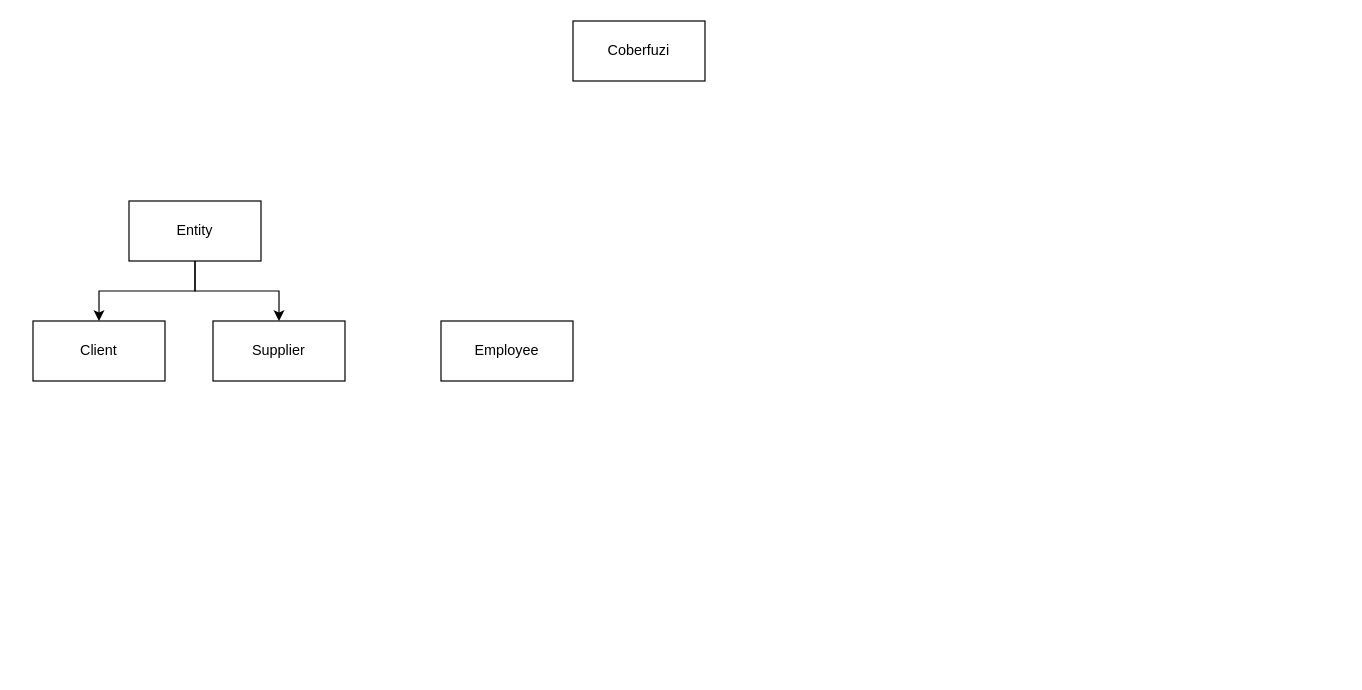
Nickhsu11/CoberfuziFileManager keeps this draw.io diagram as page "Domain Model" (1 of 2) of CoberfuziFileManager.drawio. Above is the earlier version. Source tidied: cells renumbered, new cells numbered last; positions are measured from the earlier drawing's top-left corner, leaving out a move shared by most shapes. Both pictures are drawn from the tidied source at 120%, with x=0, y=0 at pixel (32, 20).
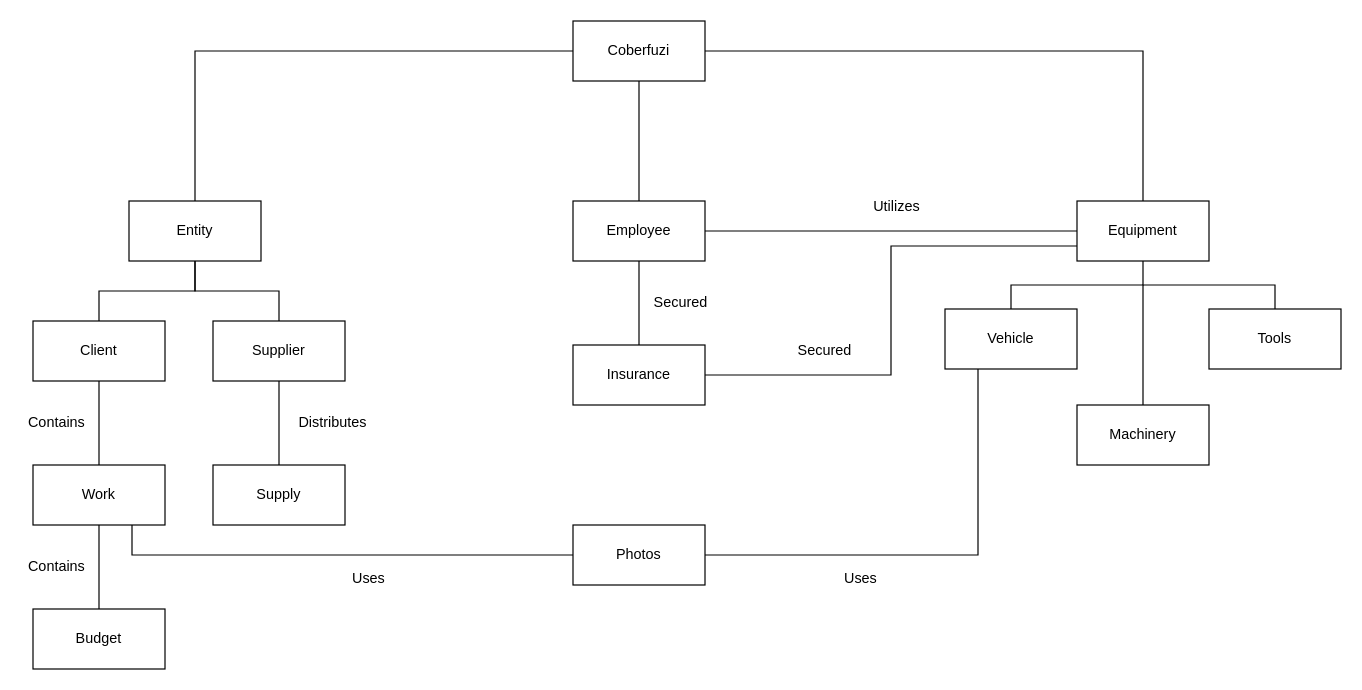
The same page after the edit.

The change refers to these unchanged cells:
```xml
<mxCell id="2" value="Coberfuzi" style="html=1;whiteSpace=wrap;" parent="1" vertex="1">
  <mxGeometry x="450" width="110" height="50" as="geometry" />
</mxCell>
<mxCell id="5" value="&lt;div&gt;Entity&lt;/div&gt;" style="html=1;whiteSpace=wrap;" parent="1" vertex="1">
  <mxGeometry x="80" y="150" width="110" height="50" as="geometry" />
</mxCell>
<mxCell id="6" value="&lt;div&gt;Supplier&lt;/div&gt;" style="html=1;whiteSpace=wrap;" parent="1" vertex="1">
  <mxGeometry x="150" y="250" width="110" height="50" as="geometry" />
</mxCell>
<mxCell id="8" value="Client" style="html=1;whiteSpace=wrap;" parent="1" vertex="1">
  <mxGeometry y="250" width="110" height="50" as="geometry" />
</mxCell>
```

The edit, as a diff of the source:
```diff
@@
+    <mxCell id="10" style="edgeStyle=orthogonalEdgeStyle;rounded=0;jettySize=auto;html=1;exitX=0;exitY=0.5;exitDx=0;exitDy=0;entryX=0.5;entryY=0;entryDx=0;entryDy=0;endArrow=none;endFill=0;" parent="1" edge="1" source="2" target="5">
+      <mxGeometry relative="1" as="geometry" />
+    </mxCell>
+    <mxCell id="11" style="edgeStyle=orthogonalEdgeStyle;rounded=0;jettySize=auto;html=1;exitX=0.5;exitY=1;exitDx=0;exitDy=0;entryX=0.5;entryY=0;entryDx=0;entryDy=0;endArrow=none;endFill=0;" parent="1" edge="1" source="2" target="9">
+      <mxGeometry relative="1" as="geometry" />
+    </mxCell>
+    <mxCell id="12" style="edgeStyle=orthogonalEdgeStyle;rounded=0;jettySize=auto;html=1;exitX=1;exitY=0.5;exitDx=0;exitDy=0;entryX=0.5;entryY=0;entryDx=0;entryDy=0;endArrow=none;endFill=0;" parent="1" edge="1" source="2" target="19">
+      <mxGeometry relative="1" as="geometry" />
+    </mxCell>
@@
-    <mxCell id="3" style="edgeStyle=orthogonalEdgeStyle;rounded=0;jettySize=auto;html=1;exitX=0.5;exitY=1;exitDx=0;exitDy=0;entryX=0.5;entryY=0;entryDx=0;entryDy=0;" parent="1" edge="1" source="5" target="6">
+    <mxCell id="3" style="edgeStyle=orthogonalEdgeStyle;rounded=0;jettySize=auto;html=1;exitX=0.5;exitY=1;exitDx=0;exitDy=0;entryX=0.5;entryY=0;entryDx=0;entryDy=0;endArrow=none;endFill=0;" parent="1" edge="1" source="5" target="6">
       <mxGeometry relative="1" as="geometry" />
     </mxCell>
-    <mxCell id="4" style="edgeStyle=orthogonalEdgeStyle;rounded=0;jettySize=auto;html=1;exitX=0.5;exitY=1;exitDx=0;exitDy=0;entryX=0.5;entryY=0;entryDx=0;entryDy=0;" parent="1" edge="1" source="5" target="8">
+    <mxCell id="4" style="edgeStyle=orthogonalEdgeStyle;rounded=0;jettySize=auto;html=1;exitX=0.5;exitY=1;exitDx=0;exitDy=0;entryX=0.5;entryY=0;entryDx=0;entryDy=0;endArrow=none;endFill=0;" parent="1" edge="1" source="5" target="8">
       <mxGeometry relative="1" as="geometry" />
     </mxCell>
@@
+    <mxCell id="13" style="edgeStyle=orthogonalEdgeStyle;rounded=0;jettySize=auto;html=1;exitX=0.5;exitY=1;exitDx=0;exitDy=0;entryX=0.5;entryY=0;entryDx=0;entryDy=0;endArrow=none;endFill=0;" parent="1" edge="1" source="6" target="26">
+      <mxGeometry relative="1" as="geometry" />
+    </mxCell>
@@
+    <mxCell id="14" style="edgeStyle=orthogonalEdgeStyle;rounded=0;jettySize=auto;html=1;exitX=0.5;exitY=1;exitDx=0;exitDy=0;entryX=0.5;entryY=0;entryDx=0;entryDy=0;endArrow=none;endFill=0;" parent="1" edge="1" source="8" target="24">
+      <mxGeometry relative="1" as="geometry" />
+    </mxCell>
@@
+    <mxCell id="15" style="edgeStyle=orthogonalEdgeStyle;rounded=0;jettySize=auto;html=1;exitX=0.5;exitY=1;exitDx=0;exitDy=0;entryX=0.5;entryY=0;entryDx=0;entryDy=0;endArrow=none;endFill=0;" parent="1" edge="1" source="9" target="28">
+      <mxGeometry relative="1" as="geometry" />
+    </mxCell>
+    <mxCell id="16" style="edgeStyle=orthogonalEdgeStyle;rounded=0;jettySize=auto;html=1;exitX=1;exitY=0.5;exitDx=0;exitDy=0;entryX=0;entryY=0.5;entryDx=0;entryDy=0;endArrow=none;endFill=0;" parent="1" edge="1" source="9" target="19">
+      <mxGeometry relative="1" as="geometry" />
+    </mxCell>
     <mxCell id="9" value="Employee" style="html=1;whiteSpace=wrap;" parent="1" vertex="1">
-      <mxGeometry x="340" y="250" width="110" height="50" as="geometry" />
+      <mxGeometry x="450" y="150" width="110" height="50" as="geometry" />
     </mxCell>
+    <mxCell id="17" style="edgeStyle=orthogonalEdgeStyle;rounded=0;jettySize=auto;html=1;exitX=0.5;exitY=1;exitDx=0;exitDy=0;entryX=0.5;entryY=0;entryDx=0;entryDy=0;endArrow=none;endFill=0;" parent="1" edge="1" source="19" target="20">
+      <mxGeometry relative="1" as="geometry" />
+    </mxCell>
+    <mxCell id="18" style="edgeStyle=orthogonalEdgeStyle;rounded=0;jettySize=auto;html=1;exitX=0.5;exitY=0;exitDx=0;exitDy=0;entryX=0.5;entryY=0;entryDx=0;entryDy=0;endArrow=none;endFill=0;" parent="1" edge="1" source="21" target="22">
+      <mxGeometry relative="1" as="geometry" />
+    </mxCell>
+    <mxCell id="19" value="&lt;div&gt;Equipment&lt;/div&gt;" style="html=1;whiteSpace=wrap;" parent="1" vertex="1">
+      <mxGeometry x="870" y="150" width="110" height="50" as="geometry" />
+    </mxCell>
+    <mxCell id="20" value="Vehicle" style="html=1;whiteSpace=wrap;" parent="1" vertex="1">
+      <mxGeometry x="760" y="240" width="110" height="50" as="geometry" />
+    </mxCell>
+    <mxCell id="21" value="Machinery" style="html=1;whiteSpace=wrap;" parent="1" vertex="1">
+      <mxGeometry x="870" y="320" width="110" height="50" as="geometry" />
+    </mxCell>
+    <mxCell id="22" value="Tools" style="html=1;whiteSpace=wrap;" parent="1" vertex="1">
+      <mxGeometry x="980" y="240" width="110" height="50" as="geometry" />
+    </mxCell>
+    <mxCell id="23" style="edgeStyle=orthogonalEdgeStyle;rounded=0;jettySize=auto;html=1;exitX=0.5;exitY=1;exitDx=0;exitDy=0;entryX=0.5;entryY=0;entryDx=0;entryDy=0;endArrow=none;endFill=0;" parent="1" edge="1" source="24" target="25">
+      <mxGeometry relative="1" as="geometry" />
+    </mxCell>
+    <mxCell id="24" value="&lt;div&gt;Work&lt;/div&gt;" style="html=1;whiteSpace=wrap;" parent="1" vertex="1">
+      <mxGeometry y="370" width="110" height="50" as="geometry" />
+    </mxCell>
+    <mxCell id="25" value="&lt;div&gt;Budget&lt;/div&gt;" style="html=1;whiteSpace=wrap;" parent="1" vertex="1">
+      <mxGeometry y="490" width="110" height="50" as="geometry" />
+    </mxCell>
+    <mxCell id="26" value="Supply" style="html=1;whiteSpace=wrap;" parent="1" vertex="1">
+      <mxGeometry x="150" y="370" width="110" height="50" as="geometry" />
+    </mxCell>
+    <mxCell id="27" style="edgeStyle=orthogonalEdgeStyle;rounded=0;jettySize=auto;html=1;exitX=1;exitY=0.5;exitDx=0;exitDy=0;entryX=0;entryY=0.75;entryDx=0;entryDy=0;endArrow=none;endFill=0;" parent="1" edge="1" source="28" target="19">
+      <mxGeometry relative="1" as="geometry" />
+    </mxCell>
+    <mxCell id="28" value="Insurance" style="html=1;whiteSpace=wrap;" parent="1" vertex="1">
+      <mxGeometry x="450" y="270" width="110" height="50" as="geometry" />
+    </mxCell>
+    <mxCell id="29" style="edgeStyle=orthogonalEdgeStyle;rounded=0;jettySize=auto;html=1;exitX=0;exitY=0.5;exitDx=0;exitDy=0;entryX=0.75;entryY=1;entryDx=0;entryDy=0;endArrow=none;endFill=0;" parent="1" edge="1" source="31" target="24">
+      <mxGeometry relative="1" as="geometry" />
+    </mxCell>
+    <mxCell id="30" style="edgeStyle=orthogonalEdgeStyle;rounded=0;jettySize=auto;html=1;exitX=1;exitY=0.5;exitDx=0;exitDy=0;entryX=0.25;entryY=1;entryDx=0;entryDy=0;endArrow=none;endFill=0;" parent="1" edge="1" source="31" target="20">
+      <mxGeometry relative="1" as="geometry" />
+    </mxCell>
+    <mxCell id="31" value="&lt;div&gt;Photos&lt;/div&gt;" style="html=1;whiteSpace=wrap;" parent="1" vertex="1">
+      <mxGeometry x="450" y="420" width="110" height="50" as="geometry" />
+    </mxCell>
+    <mxCell id="32" value="Contains" style="text;strokeColor=none;align=center;fillColor=none;html=1;verticalAlign=middle;whiteSpace=wrap;rounded=0;" parent="1" vertex="1">
+      <mxGeometry x="-10" y="320" width="60" height="30" as="geometry" />
+    </mxCell>
+    <mxCell id="33" value="Contains" style="text;strokeColor=none;align=center;fillColor=none;html=1;verticalAlign=middle;whiteSpace=wrap;rounded=0;" parent="1" vertex="1">
+      <mxGeometry x="-10" y="440" width="60" height="30" as="geometry" />
+    </mxCell>
+    <mxCell id="34" value="Distributes" style="text;strokeColor=none;align=center;fillColor=none;html=1;verticalAlign=middle;whiteSpace=wrap;rounded=0;" parent="1" vertex="1">
+      <mxGeometry x="220" y="320" width="60" height="30" as="geometry" />
+    </mxCell>
+    <mxCell id="35" value="Uses" style="text;strokeColor=none;align=center;fillColor=none;html=1;verticalAlign=middle;whiteSpace=wrap;rounded=0;" parent="1" vertex="1">
+      <mxGeometry x="250" y="450" width="60" height="30" as="geometry" />
+    </mxCell>
+    <mxCell id="36" value="Uses" style="text;strokeColor=none;align=center;fillColor=none;html=1;verticalAlign=middle;whiteSpace=wrap;rounded=0;" parent="1" vertex="1">
+      <mxGeometry x="660" y="450" width="60" height="30" as="geometry" />
+    </mxCell>
+    <mxCell id="37" value="Secured" style="text;strokeColor=none;align=center;fillColor=none;html=1;verticalAlign=middle;whiteSpace=wrap;rounded=0;" parent="1" vertex="1">
+      <mxGeometry x="510" y="220" width="60" height="30" as="geometry" />
+    </mxCell>
+    <mxCell id="38" value="Secured" style="text;strokeColor=none;align=center;fillColor=none;html=1;verticalAlign=middle;whiteSpace=wrap;rounded=0;" parent="1" vertex="1">
+      <mxGeometry x="630" y="260" width="60" height="30" as="geometry" />
+    </mxCell>
+    <mxCell id="39" value="Utilizes" style="text;strokeColor=none;align=center;fillColor=none;html=1;verticalAlign=middle;whiteSpace=wrap;rounded=0;" parent="1" vertex="1">
+      <mxGeometry x="690" y="140" width="60" height="30" as="geometry" />
+    </mxCell>
```
